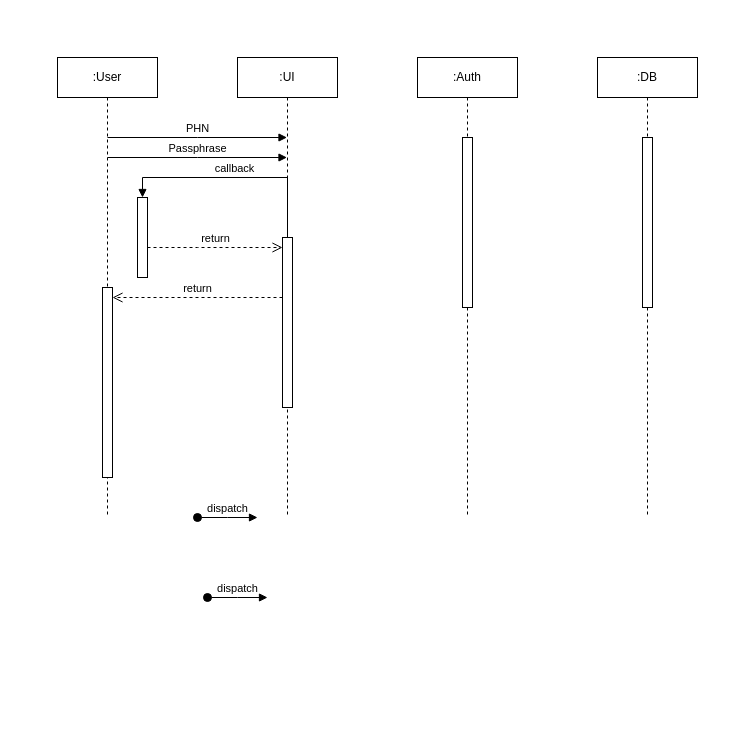
This is Assets/LoginSequence.drawio from uvic-teach/project-m1-team9, a draw.io file, before an edit. Source tidied: cells renumbered, new cells numbered last; positions are measured from the earlier drawing's top-left corner, leaving out a move shared by most shapes. Both pictures are drawn from the tidied source at 100%, with x=0, y=0 at pixel (57, 57).
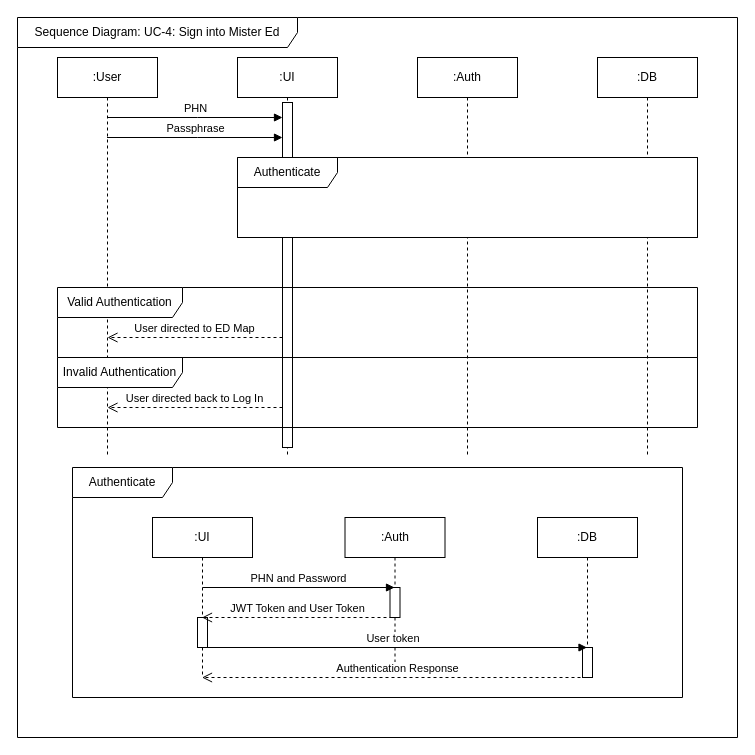
Above is the later version.

Change to the diagram source:
```diff
@@
     <mxCell id="2" value="&lt;div&gt;:User&lt;/div&gt;" style="shape=umlLifeline;perimeter=lifelinePerimeter;whiteSpace=wrap;html=1;outlineConnect=0;portConstraint=eastwest;newEdgeStyle={&quot;edgeStyle&quot;:&quot;elbowEdgeStyle&quot;,&quot;elbow&quot;:&quot;vertical&quot;,&quot;curved&quot;:0,&quot;rounded&quot;:0};" parent="1" vertex="1">
-      <mxGeometry width="100" height="460" as="geometry" />
+      <mxGeometry width="100" height="400" as="geometry" />
     </mxCell>
-    <mxCell id="3" style="html=1;points=[];perimeter=orthogonalPerimeter;outlineConnect=0;targetShapes=umlLifeline;portConstraint=eastwest;newEdgeStyle={&quot;edgeStyle&quot;:&quot;elbowEdgeStyle&quot;,&quot;elbow&quot;:&quot;vertical&quot;,&quot;curved&quot;:0,&quot;rounded&quot;:0};" parent="2" vertex="1">
-      <mxGeometry x="45" y="230" width="10" height="190" as="geometry" />
-    </mxCell>
-    <mxCell id="4" style="html=1;points=[];perimeter=orthogonalPerimeter;outlineConnect=0;targetShapes=umlLifeline;portConstraint=eastwest;newEdgeStyle={&quot;edgeStyle&quot;:&quot;elbowEdgeStyle&quot;,&quot;elbow&quot;:&quot;vertical&quot;,&quot;curved&quot;:0,&quot;rounded&quot;:0};" parent="2" vertex="1">
-      <mxGeometry x="80" y="140" width="10" height="80" as="geometry" />
-    </mxCell>
     <mxCell id="5" value=":UI" style="shape=umlLifeline;perimeter=lifelinePerimeter;whiteSpace=wrap;html=1;outlineConnect=0;portConstraint=eastwest;newEdgeStyle={&quot;edgeStyle&quot;:&quot;elbowEdgeStyle&quot;,&quot;elbow&quot;:&quot;vertical&quot;,&quot;curved&quot;:0,&quot;rounded&quot;:0};" parent="1" vertex="1">
-      <mxGeometry x="180" width="100" height="460" as="geometry" />
+      <mxGeometry x="180" width="100" height="400" as="geometry" />
     </mxCell>
-    <mxCell id="6" style="html=1;points=[];perimeter=orthogonalPerimeter;outlineConnect=0;targetShapes=umlLifeline;portConstraint=eastwest;newEdgeStyle={&quot;edgeStyle&quot;:&quot;elbowEdgeStyle&quot;,&quot;elbow&quot;:&quot;vertical&quot;,&quot;curved&quot;:0,&quot;rounded&quot;:0};" parent="5" vertex="1">
-      <mxGeometry x="45" y="180" width="10" height="170" as="geometry" />
-    </mxCell>
+    <mxCell id="18" style="html=1;points=[];perimeter=orthogonalPerimeter;outlineConnect=0;targetShapes=umlLifeline;portConstraint=eastwest;newEdgeStyle={&quot;edgeStyle&quot;:&quot;elbowEdgeStyle&quot;,&quot;elbow&quot;:&quot;vertical&quot;,&quot;curved&quot;:0,&quot;rounded&quot;:0};" parent="5" vertex="1">
+      <mxGeometry x="45" y="45" width="10" height="345" as="geometry" />
+    </mxCell>
-    <mxCell id="7" value="&lt;div&gt;PHN&lt;/div&gt;" style="html=1;verticalAlign=bottom;endArrow=block;edgeStyle=elbowEdgeStyle;elbow=vertical;curved=0;rounded=0;" parent="1" edge="1" target="5">
+    <mxCell id="7" value="&lt;div&gt;PHN&lt;/div&gt;" style="html=1;verticalAlign=bottom;endArrow=block;edgeStyle=elbowEdgeStyle;elbow=vertical;curved=0;rounded=0;" parent="1" edge="1" target="18">
       <mxGeometry relative="1" as="geometry">
-        <mxPoint x="50" y="80" as="sourcePoint" />
+        <mxPoint x="50" y="60" as="sourcePoint" />
         <Array as="points">
-          <mxPoint x="140" y="80" />
+          <mxPoint x="140" y="60" />
         </Array>
       </mxGeometry>
     </mxCell>
-    <mxCell id="8" value="return" style="html=1;verticalAlign=bottom;endArrow=open;dashed=1;endSize=8;edgeStyle=elbowEdgeStyle;elbow=vertical;curved=0;rounded=0;" parent="1" edge="1" source="6" target="3">
-      <mxGeometry relative="1" as="geometry">
-        <Array as="points">
-          <mxPoint x="150" y="240" />
-        </Array>
-      </mxGeometry>
-    </mxCell>
-    <mxCell id="9" value="callback" style="html=1;verticalAlign=bottom;endArrow=block;edgeStyle=elbowEdgeStyle;elbow=vertical;curved=0;rounded=0;" parent="1" edge="1" source="6" target="4">
-      <mxGeometry relative="1" as="geometry">
-        <Array as="points">
-          <mxPoint x="150" y="120" />
-        </Array>
-      </mxGeometry>
-    </mxCell>
-    <mxCell id="10" value="return" style="html=1;verticalAlign=bottom;endArrow=open;dashed=1;endSize=8;edgeStyle=elbowEdgeStyle;elbow=vertical;curved=0;rounded=0;" parent="1" edge="1" source="4" target="6">
-      <mxGeometry relative="1" as="geometry">
-        <Array as="points">
-          <mxPoint x="140" y="190" />
-        </Array>
-      </mxGeometry>
-    </mxCell>
     <mxCell id="11" value=":Auth" style="shape=umlLifeline;perimeter=lifelinePerimeter;whiteSpace=wrap;html=1;newEdgeStyle={&quot;edgeStyle&quot;:&quot;elbowEdgeStyle&quot;,&quot;elbow&quot;:&quot;vertical&quot;,&quot;curved&quot;:0,&quot;rounded&quot;:0};" parent="1" vertex="1">
-      <mxGeometry x="360" width="100" height="460" as="geometry" />
+      <mxGeometry x="360" width="100" height="400" as="geometry" />
     </mxCell>
-    <mxCell id="12" style="html=1;perimeter=orthogonalPerimeter;targetShapes=umlLifeline;newEdgeStyle={&quot;edgeStyle&quot;:&quot;elbowEdgeStyle&quot;,&quot;elbow&quot;:&quot;vertical&quot;,&quot;curved&quot;:0,&quot;rounded&quot;:0};" parent="11" vertex="1">
-      <mxGeometry x="45" y="80" width="10" height="170" as="geometry" />
-    </mxCell>
     <mxCell id="13" value=":DB" style="shape=umlLifeline;perimeter=lifelinePerimeter;whiteSpace=wrap;html=1;newEdgeStyle={&quot;edgeStyle&quot;:&quot;elbowEdgeStyle&quot;,&quot;elbow&quot;:&quot;vertical&quot;,&quot;curved&quot;:0,&quot;rounded&quot;:0};" parent="1" vertex="1">
-      <mxGeometry x="540" width="100" height="460" as="geometry" />
+      <mxGeometry x="540" width="100" height="400" as="geometry" />
     </mxCell>
-    <mxCell id="14" style="html=1;perimeter=orthogonalPerimeter;targetShapes=umlLifeline;newEdgeStyle={&quot;edgeStyle&quot;:&quot;elbowEdgeStyle&quot;,&quot;elbow&quot;:&quot;vertical&quot;,&quot;curved&quot;:0,&quot;rounded&quot;:0};" parent="13" vertex="1">
-      <mxGeometry x="45" y="80" width="10" height="170" as="geometry" />
-    </mxCell>
-    <mxCell id="15" value="dispatch" style="html=1;verticalAlign=bottom;startArrow=oval;endArrow=block;startSize=8;edgeStyle=elbowEdgeStyle;elbow=horizontal;curved=0;rounded=0;" parent="1" edge="1">
-      <mxGeometry relative="1" as="geometry">
-        <mxPoint x="150" y="540" as="sourcePoint" />
-        <mxPoint x="210" y="540" as="targetPoint" />
-      </mxGeometry>
-    </mxCell>
-    <mxCell id="16" value="dispatch" style="html=1;verticalAlign=bottom;startArrow=oval;endArrow=block;startSize=8;edgeStyle=elbowEdgeStyle;elbow=vertical;curved=0;rounded=0;" parent="1" edge="1">
-      <mxGeometry relative="1" as="geometry">
-        <mxPoint x="140" y="460" as="sourcePoint" />
-        <mxPoint x="200" y="460" as="targetPoint" />
-      </mxGeometry>
-    </mxCell>
+    <mxCell id="19" style="verticalLabelPosition=bottom;verticalAlign=top;html=1;shape=mxgraph.basic.rect;fillColor2=none;strokeWidth=1;size=20;indent=5;" parent="1" vertex="1">
+      <mxGeometry x="180" y="100" width="460" height="80" as="geometry" />
+    </mxCell>
-    <mxCell id="17" value="Passphrase" style="html=1;verticalAlign=bottom;endArrow=block;edgeStyle=elbowEdgeStyle;elbow=vertical;curved=0;rounded=0;" parent="1" edge="1" target="5">
+    <mxCell id="17" value="Passphrase" style="html=1;verticalAlign=bottom;endArrow=block;edgeStyle=elbowEdgeStyle;elbow=vertical;curved=0;rounded=0;" parent="1" edge="1" source="2" target="18">
       <mxGeometry relative="1" as="geometry">
-        <mxPoint x="50" y="100" as="sourcePoint" />
         <Array as="points">
-          <mxPoint x="140" y="100" />
+          <mxPoint x="140" y="80" />
         </Array>
       </mxGeometry>
     </mxCell>
+    <mxCell id="20" value="Authenticate" style="shape=umlFrame;whiteSpace=wrap;html=1;width=100;height=30;" parent="1" vertex="1">
+      <mxGeometry x="15" y="410" width="610" height="230" as="geometry" />
+    </mxCell>
+    <mxCell id="21" value=":UI" style="shape=umlLifeline;perimeter=lifelinePerimeter;whiteSpace=wrap;html=1;outlineConnect=0;portConstraint=eastwest;newEdgeStyle={&quot;edgeStyle&quot;:&quot;elbowEdgeStyle&quot;,&quot;elbow&quot;:&quot;vertical&quot;,&quot;curved&quot;:0,&quot;rounded&quot;:0};" parent="1" vertex="1">
+      <mxGeometry x="95" y="460" width="100" height="160" as="geometry" />
+    </mxCell>
+    <mxCell id="22" style="html=1;perimeter=orthogonalPerimeter;targetShapes=umlLifeline;newEdgeStyle={&quot;curved&quot;:0,&quot;rounded&quot;:0};" parent="21" vertex="1">
+      <mxGeometry x="45" y="100" width="10" height="30" as="geometry" />
+    </mxCell>
+    <mxCell id="23" value=":Auth" style="shape=umlLifeline;perimeter=lifelinePerimeter;whiteSpace=wrap;html=1;outlineConnect=0;portConstraint=eastwest;newEdgeStyle={&quot;edgeStyle&quot;:&quot;elbowEdgeStyle&quot;,&quot;elbow&quot;:&quot;vertical&quot;,&quot;curved&quot;:0,&quot;rounded&quot;:0};" parent="1" vertex="1">
+      <mxGeometry x="287.5" y="460" width="100" height="150" as="geometry" />
+    </mxCell>
+    <mxCell id="24" style="html=1;perimeter=orthogonalPerimeter;targetShapes=umlLifeline;newEdgeStyle={&quot;curved&quot;:0,&quot;rounded&quot;:0};" parent="23" vertex="1">
+      <mxGeometry x="45" y="70" width="10" height="30" as="geometry" />
+    </mxCell>
+    <mxCell id="25" value=":DB" style="shape=umlLifeline;perimeter=lifelinePerimeter;whiteSpace=wrap;html=1;outlineConnect=0;portConstraint=eastwest;newEdgeStyle={&quot;edgeStyle&quot;:&quot;elbowEdgeStyle&quot;,&quot;elbow&quot;:&quot;vertical&quot;,&quot;curved&quot;:0,&quot;rounded&quot;:0};" parent="1" vertex="1">
+      <mxGeometry x="480" y="460" width="100" height="160" as="geometry" />
+    </mxCell>
+    <mxCell id="26" style="html=1;perimeter=orthogonalPerimeter;targetShapes=umlLifeline;newEdgeStyle={&quot;curved&quot;:0,&quot;rounded&quot;:0};" parent="25" vertex="1">
+      <mxGeometry x="45" y="130" width="10" height="30" as="geometry" />
+    </mxCell>
+    <mxCell id="27" value="PHN and Password" style="html=1;verticalAlign=bottom;endArrow=block;curved=0;rounded=0;" parent="1" edge="1" target="23">
+      <mxGeometry relative="1" as="geometry">
+        <mxPoint x="145" y="530" as="sourcePoint" />
+      </mxGeometry>
+    </mxCell>
+    <mxCell id="28" value="JWT Token and User Token" style="html=1;verticalAlign=bottom;endArrow=open;dashed=1;endSize=8;curved=0;rounded=0;" parent="1" edge="1" target="21">
+      <mxGeometry relative="1" as="geometry">
+        <mxPoint x="335" y="560" as="sourcePoint" />
+      </mxGeometry>
+    </mxCell>
+    <mxCell id="29" value="User token&amp;nbsp;" style="html=1;verticalAlign=bottom;endArrow=block;curved=0;rounded=0;" parent="1" edge="1" target="25">
+      <mxGeometry relative="1" as="geometry">
+        <mxPoint x="145" y="590" as="sourcePoint" />
+      </mxGeometry>
+    </mxCell>
+    <mxCell id="30" value="Authentication Response" style="html=1;verticalAlign=bottom;endArrow=open;dashed=1;endSize=8;curved=0;rounded=0;" parent="1" edge="1" target="21">
+      <mxGeometry relative="1" as="geometry">
+        <mxPoint x="535" y="620" as="sourcePoint" />
+      </mxGeometry>
+    </mxCell>
+    <mxCell id="31" value="Valid Authentication" style="shape=umlFrame;whiteSpace=wrap;html=1;width=125;height=30;" parent="1" vertex="1">
+      <mxGeometry y="230" width="640" height="70" as="geometry" />
+    </mxCell>
+    <mxCell id="32" value="Invalid Authentication" style="shape=umlFrame;whiteSpace=wrap;html=1;width=125;height=30;" parent="1" vertex="1">
+      <mxGeometry y="300" width="640" height="70" as="geometry" />
+    </mxCell>
+    <mxCell id="33" value="Authenticate" style="shape=umlFrame;whiteSpace=wrap;html=1;width=100;height=30;" parent="1" vertex="1">
+      <mxGeometry x="180" y="100" width="460" height="80" as="geometry" />
+    </mxCell>
+    <mxCell id="34" value="User directed to ED Map" style="html=1;verticalAlign=bottom;endArrow=open;dashed=1;endSize=8;edgeStyle=elbowEdgeStyle;elbow=vertical;curved=0;rounded=0;" parent="1" edge="1" source="18">
+      <mxGeometry relative="1" as="geometry">
+        <mxPoint x="50" y="280" as="targetPoint" />
+        <Array as="points">
+          <mxPoint x="145" y="280" />
+        </Array>
+      </mxGeometry>
+    </mxCell>
+    <mxCell id="35" value="User directed back to Log In" style="html=1;verticalAlign=bottom;endArrow=open;dashed=1;endSize=8;edgeStyle=elbowEdgeStyle;elbow=horizontal;curved=0;rounded=0;" parent="1" edge="1" source="18">
+      <mxGeometry relative="1" as="geometry">
+        <mxPoint x="50" y="350" as="targetPoint" />
+        <Array as="points">
+          <mxPoint x="145" y="350" />
+        </Array>
+      </mxGeometry>
+    </mxCell>
+    <mxCell id="36" value="&lt;div&gt;Sequence Diagram: UC-4: Sign into Mister Ed&lt;br&gt;&lt;/div&gt;" style="shape=umlFrame;whiteSpace=wrap;html=1;width=280;height=30;" parent="1" vertex="1">
+      <mxGeometry x="-40" y="-40" width="720" height="720" as="geometry" />
+    </mxCell>
```
